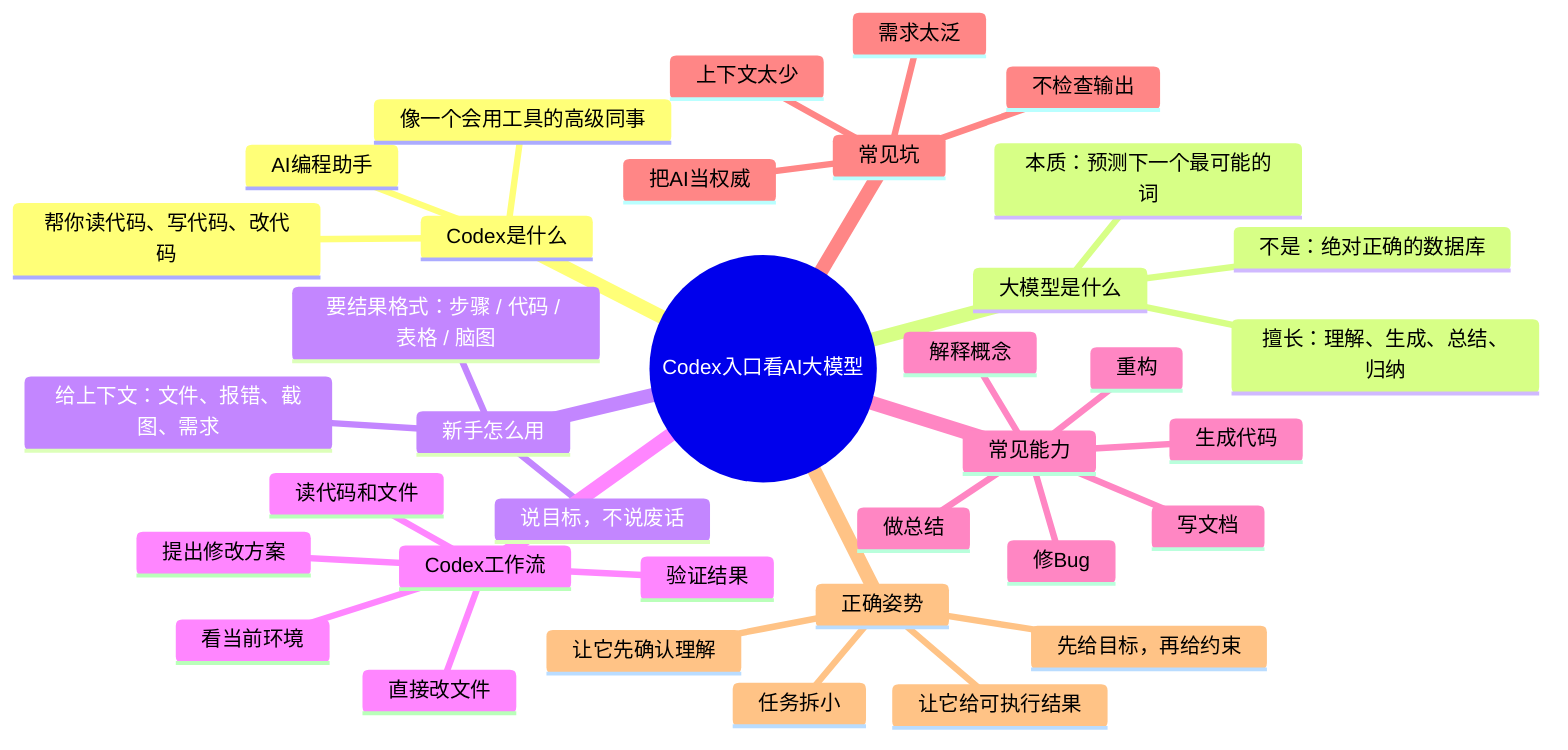
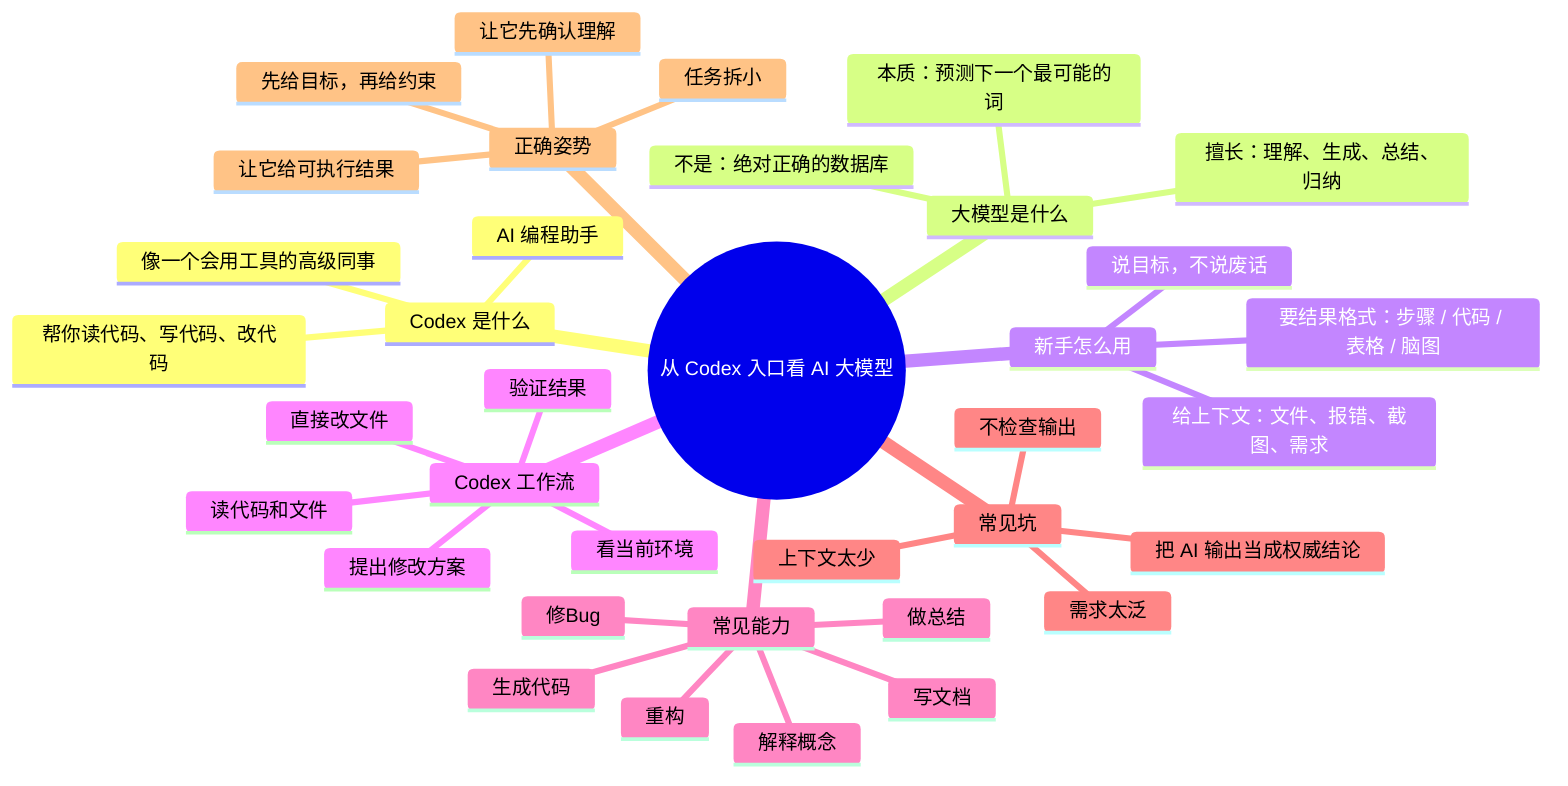
mindmap
-   root((Codex入口看AI大模型))
-     Codex是什么
-       AI编程助手
+   root((从 Codex 入口看 AI 大模型))
+     Codex 是什么
+       AI 编程助手
      帮你读代码、写代码、改代码
      像一个会用工具的高级同事
    大模型是什么
      本质：预测下一个最可能的词
      擅长：理解、生成、总结、归纳
      不是：绝对正确的数据库
    新手怎么用
      说目标，不说废话
      给上下文：文件、报错、截图、需求
      要结果格式：步骤 / 代码 / 表格 / 脑图
-     Codex工作流
+     Codex 工作流
      看当前环境
      读代码和文件
      提出修改方案
      直接改文件
      验证结果
    常见能力
      解释概念
      生成代码
      修Bug
      重构
      写文档
      做总结
    常见坑
      需求太泛
      上下文太少
-       把AI当权威
+       把 AI 输出当成权威结论
      不检查输出
    正确姿势
      任务拆小
      先给目标，再给约束
      让它先确认理解
      让它给可执行结果
